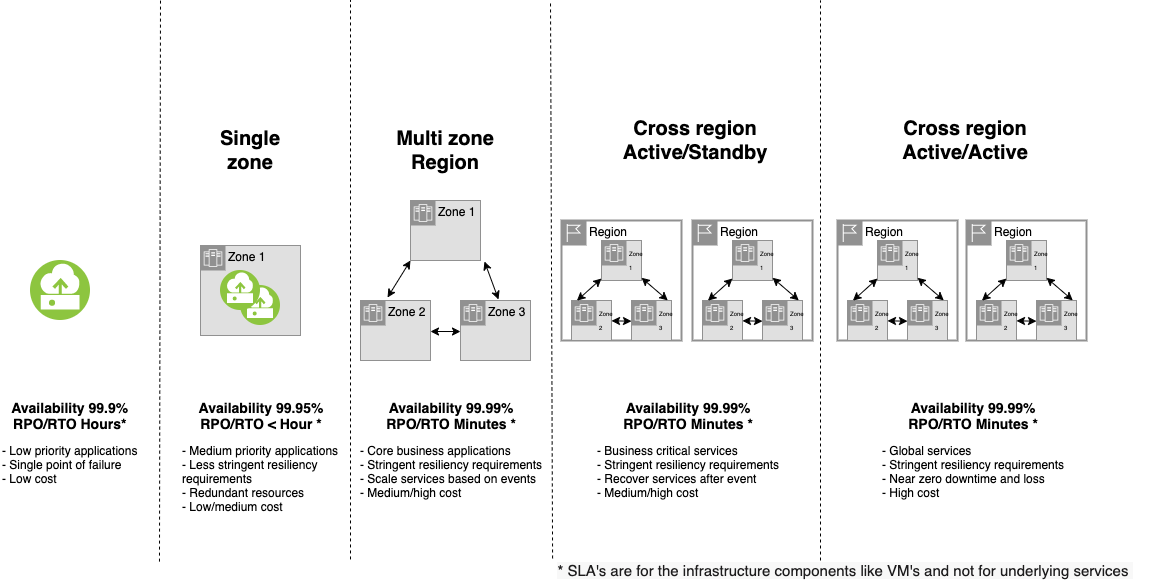
This is images/ha-resiliency-infographic.png from ibm-cloud-docs/cloud-infrastructure, a draw.io export, as it was before one commit. Source tidied: cells renumbered, new cells last; positions are measured from the earlier drawing's top-left corner, leaving out a move shared by most shapes.
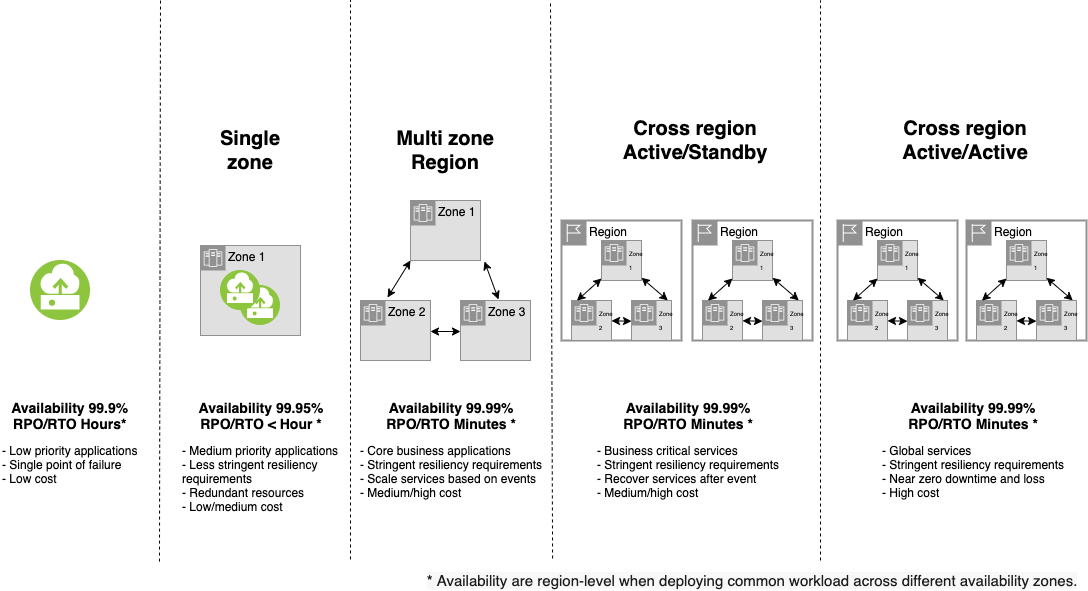
After the commit.

What changed in the source:
```diff
@@ -169,8 +169,8 @@
     <mxCell id="52" value="&lt;p&gt;&lt;/p&gt;&lt;div style=&quot;text-align: center&quot;&gt;&lt;span style=&quot;font-weight: bold ; font-size: 14px&quot;&gt;Availability 99.99%&lt;/span&gt;&lt;/div&gt;&lt;span&gt;&lt;div style=&quot;text-align: center&quot;&gt;&lt;span style=&quot;font-weight: bold ; font-size: 14px&quot;&gt;RPO/RTO Minutes *&lt;/span&gt;&lt;/div&gt;&lt;/span&gt;&lt;p&gt;&lt;/p&gt;&lt;span&gt;- Global services&lt;br&gt;- Stringent resiliency requirements&lt;br&gt;&lt;/span&gt;&lt;span&gt;- Near zero downtime and loss&lt;/span&gt;&lt;span&gt;&lt;br&gt;&lt;/span&gt;&lt;span&gt;&lt;font&gt;- High cost&lt;br&gt;&lt;/font&gt;&lt;/span&gt;" style="text;html=1;strokeColor=none;fillColor=none;align=left;verticalAlign=middle;whiteSpace=wrap;rounded=0;" parent="1" vertex="1">
       <mxGeometry x="880" y="393" width="190" height="100" as="geometry" />
     </mxCell>
-    <mxCell id="53" value="&lt;span style=&quot;color: rgb(29 , 28 , 29) ; font-family: , &amp;#34;applelogo&amp;#34; , sans-serif ; font-size: 15px ; text-align: left ; background-color: rgb(248 , 248 , 248)&quot;&gt;* SLA's are for the infrastructure components like VM's and not for underlying services&amp;nbsp;&lt;/span&gt;" style="text;html=1;strokeColor=none;fillColor=none;align=center;verticalAlign=middle;whiteSpace=wrap;rounded=0;" parent="1" vertex="1">
-      <mxGeometry x="540" y="560" width="610" height="20" as="geometry" />
+    <mxCell id="53" value="&lt;span style=&quot;color: rgb(29 , 28 , 29) ; font-size: 15px ; text-align: left ; background-color: rgb(248 , 248 , 248)&quot;&gt;*&amp;nbsp;&lt;/span&gt;&lt;span style=&quot;box-sizing: inherit ; color: rgb(29 , 28 , 29) ; font-family: , &amp;#34;applelogo&amp;#34; , sans-serif ; font-size: 15px ; text-align: left ; background-color: rgb(248 , 248 , 248)&quot;&gt;Availability are region-level when deploying common workload across different availability zones.&lt;/span&gt;" style="text;html=1;strokeColor=none;fillColor=none;align=center;verticalAlign=middle;whiteSpace=wrap;rounded=0;" parent="1" vertex="1">
+      <mxGeometry x="417" y="570" width="670" height="20" as="geometry" />
     </mxCell>
   </root>
 </mxGraphModel>
```
